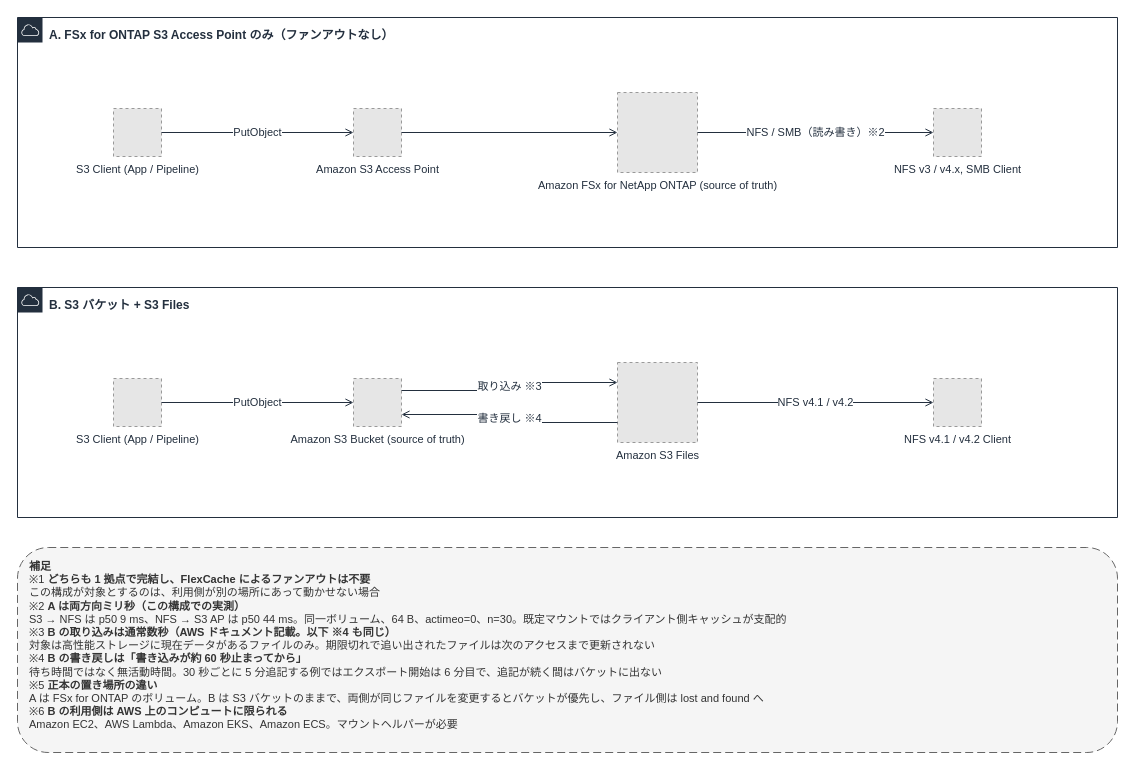
Earlier version of the draw.io diagram docs/_assets/diagrams/s3burst-single-site-options.drawio (Yoshiki0705/S3-Burst-on-ONTAP-Files). Source tidied: cells renumbered, new cells numbered last; positions are measured from the earlier drawing's top-left corner, leaving out a move shared by most shapes. Both pictures are drawn from the tidied source at 100%, with x=0, y=0 at pixel (17, 17). Pictures stored in the file or linked from it are replaced by grey dashed boxes.
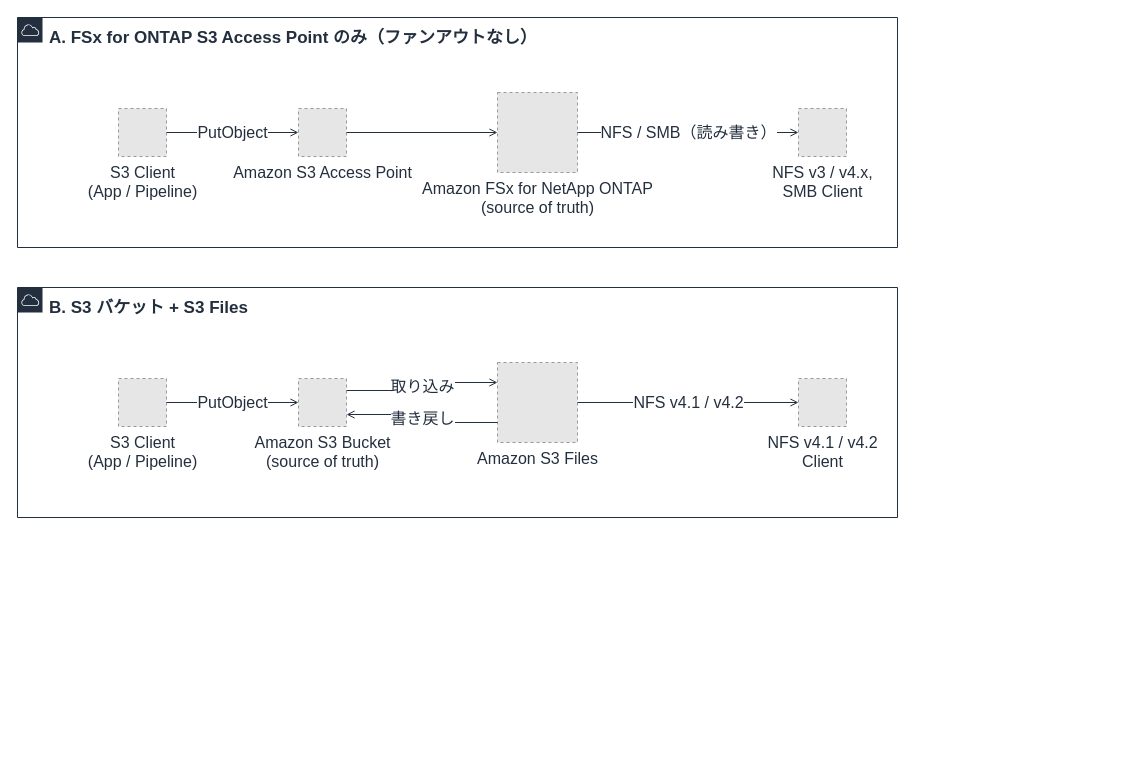
Above is the later version.

Commit message (it also covers changes not shown here):
fix: make the single-site figure readable without splitting it (#103)

Diff of the diagram source:
```diff
@@
 <mxGraphModel>
   <root>
     <mxCell id="0" />
     <mxCell id="1" parent="0" />
-    <mxCell id="2" value="A. FSx for ONTAP S3 Access Point のみ（ファンアウトなし）" style="gradientColor=none;html=1;whiteSpace=wrap;fontSize=12;fontStyle=1;fontColor=#232F3E;shape=mxgraph.aws4.group;grIcon=mxgraph.aws4.group_aws_cloud;strokeColor=#232F3E;fillColor=none;verticalAlign=top;align=left;spacingLeft=30;spacingTop=4;dashed=0;" parent="1" vertex="1">
-      <mxGeometry width="1100" height="230" as="geometry" />
+    <mxCell id="2" value="A. FSx for ONTAP S3 Access Point のみ（ファンアウトなし）" style="gradientColor=none;html=1;whiteSpace=wrap;fontSize=17;fontStyle=1;fontColor=#232F3E;shape=mxgraph.aws4.group;grIcon=mxgraph.aws4.group_aws_cloud;strokeColor=#232F3E;fillColor=none;verticalAlign=top;align=left;spacingLeft=30;spacingTop=4;dashed=0;" parent="1" vertex="1">
+      <mxGeometry width="880" height="230" as="geometry" />
     </mxCell>
-    <mxCell id="3" value="B. S3 バケット + S3 Files" style="gradientColor=none;html=1;whiteSpace=wrap;fontSize=12;fontStyle=1;fontColor=#232F3E;shape=mxgraph.aws4.group;grIcon=mxgraph.aws4.group_aws_cloud;strokeColor=#232F3E;fillColor=none;verticalAlign=top;align=left;spacingLeft=30;spacingTop=4;dashed=0;" parent="1" vertex="1">
-      <mxGeometry y="270" width="1100" height="230" as="geometry" />
+    <mxCell id="3" value="B. S3 バケット + S3 Files" style="gradientColor=none;html=1;whiteSpace=wrap;fontSize=17;fontStyle=1;fontColor=#232F3E;shape=mxgraph.aws4.group;grIcon=mxgraph.aws4.group_aws_cloud;strokeColor=#232F3E;fillColor=none;verticalAlign=top;align=left;spacingLeft=30;spacingTop=4;dashed=0;" parent="1" vertex="1">
+      <mxGeometry y="270" width="880" height="230" as="geometry" />
     </mxCell>
-    <mxCell id="4" value="S3 Client (App / Pipeline)" style="fillColor=#E6E6E6;strokeColor=#999999;dashed=1;html=1;verticalLabelPosition=bottom;verticalAlign=top;labelPosition=center;align=center;fontSize=11;fontColor=#232F3E;" parent="1" vertex="1">
-      <mxGeometry x="96" y="91" width="48" height="48" as="geometry" />
+    <mxCell id="4" value="S3 Client&#10;(App / Pipeline)" style="fillColor=#E6E6E6;strokeColor=#999999;dashed=1;html=1;verticalLabelPosition=bottom;verticalAlign=top;labelPosition=center;align=center;fontSize=16;fontColor=#232F3E;" parent="1" vertex="1">
+      <mxGeometry x="101" y="91" width="48" height="48" as="geometry" />
     </mxCell>
-    <mxCell id="5" value="Amazon S3 Access Point" style="fillColor=#E6E6E6;strokeColor=#999999;dashed=1;html=1;verticalLabelPosition=bottom;verticalAlign=top;labelPosition=center;align=center;fontSize=11;fontColor=#232F3E;" parent="1" vertex="1">
-      <mxGeometry x="336" y="91" width="48" height="48" as="geometry" />
+    <mxCell id="5" value="Amazon S3 Access Point" style="fillColor=#E6E6E6;strokeColor=#999999;dashed=1;html=1;verticalLabelPosition=bottom;verticalAlign=top;labelPosition=center;align=center;fontSize=16;fontColor=#232F3E;" parent="1" vertex="1">
+      <mxGeometry x="281" y="91" width="48" height="48" as="geometry" />
     </mxCell>
-    <mxCell id="6" value="Amazon FSx for NetApp ONTAP (source of truth)" style="fillColor=#E6E6E6;strokeColor=#999999;dashed=1;html=1;verticalLabelPosition=bottom;verticalAlign=top;labelPosition=center;align=center;fontSize=11;fontColor=#232F3E;" parent="1" vertex="1">
-      <mxGeometry x="600" y="75" width="80" height="80" as="geometry" />
+    <mxCell id="6" value="Amazon FSx for NetApp ONTAP&#10;(source of truth)" style="fillColor=#E6E6E6;strokeColor=#999999;dashed=1;html=1;verticalLabelPosition=bottom;verticalAlign=top;labelPosition=center;align=center;fontSize=16;fontColor=#232F3E;" parent="1" vertex="1">
+      <mxGeometry x="480" y="75" width="80" height="80" as="geometry" />
     </mxCell>
-    <mxCell id="7" value="NFS v3 / v4.x, SMB Client" style="fillColor=#E6E6E6;strokeColor=#999999;dashed=1;html=1;verticalLabelPosition=bottom;verticalAlign=top;labelPosition=center;align=center;fontSize=11;fontColor=#232F3E;" parent="1" vertex="1">
-      <mxGeometry x="916" y="91" width="48" height="48" as="geometry" />
+    <mxCell id="7" value="NFS v3 / v4.x,&#10;SMB Client" style="fillColor=#E6E6E6;strokeColor=#999999;dashed=1;html=1;verticalLabelPosition=bottom;verticalAlign=top;labelPosition=center;align=center;fontSize=16;fontColor=#232F3E;" parent="1" vertex="1">
+      <mxGeometry x="781" y="91" width="48" height="48" as="geometry" />
     </mxCell>
-    <mxCell id="8" value="S3 Client (App / Pipeline)" style="fillColor=#E6E6E6;strokeColor=#999999;dashed=1;html=1;verticalLabelPosition=bottom;verticalAlign=top;labelPosition=center;align=center;fontSize=11;fontColor=#232F3E;" parent="1" vertex="1">
-      <mxGeometry x="96" y="361" width="48" height="48" as="geometry" />
+    <mxCell id="8" value="S3 Client&#10;(App / Pipeline)" style="fillColor=#E6E6E6;strokeColor=#999999;dashed=1;html=1;verticalLabelPosition=bottom;verticalAlign=top;labelPosition=center;align=center;fontSize=16;fontColor=#232F3E;" parent="1" vertex="1">
+      <mxGeometry x="101" y="361" width="48" height="48" as="geometry" />
     </mxCell>
-    <mxCell id="9" value="Amazon S3 Bucket (source of truth)" style="fillColor=#E6E6E6;strokeColor=#999999;dashed=1;html=1;verticalLabelPosition=bottom;verticalAlign=top;labelPosition=center;align=center;fontSize=11;fontColor=#232F3E;" parent="1" vertex="1">
-      <mxGeometry x="336" y="361" width="48" height="48" as="geometry" />
+    <mxCell id="9" value="Amazon S3 Bucket&#10;(source of truth)" style="fillColor=#E6E6E6;strokeColor=#999999;dashed=1;html=1;verticalLabelPosition=bottom;verticalAlign=top;labelPosition=center;align=center;fontSize=16;fontColor=#232F3E;" parent="1" vertex="1">
+      <mxGeometry x="281" y="361" width="48" height="48" as="geometry" />
     </mxCell>
-    <mxCell id="10" value="Amazon S3 Files" style="fillColor=#E6E6E6;strokeColor=#999999;dashed=1;html=1;verticalLabelPosition=bottom;verticalAlign=top;labelPosition=center;align=center;fontSize=11;fontColor=#232F3E;" parent="1" vertex="1">
-      <mxGeometry x="600" y="345" width="80" height="80" as="geometry" />
+    <mxCell id="10" value="Amazon S3 Files" style="fillColor=#E6E6E6;strokeColor=#999999;dashed=1;html=1;verticalLabelPosition=bottom;verticalAlign=top;labelPosition=center;align=center;fontSize=16;fontColor=#232F3E;" parent="1" vertex="1">
+      <mxGeometry x="480" y="345" width="80" height="80" as="geometry" />
     </mxCell>
-    <mxCell id="11" value="NFS v4.1 / v4.2 Client" style="fillColor=#E6E6E6;strokeColor=#999999;dashed=1;html=1;verticalLabelPosition=bottom;verticalAlign=top;labelPosition=center;align=center;fontSize=11;fontColor=#232F3E;" parent="1" vertex="1">
-      <mxGeometry x="916" y="361" width="48" height="48" as="geometry" />
+    <mxCell id="11" value="NFS v4.1 / v4.2&#10;Client" style="fillColor=#E6E6E6;strokeColor=#999999;dashed=1;html=1;verticalLabelPosition=bottom;verticalAlign=top;labelPosition=center;align=center;fontSize=16;fontColor=#232F3E;" parent="1" vertex="1">
+      <mxGeometry x="781" y="361" width="48" height="48" as="geometry" />
     </mxCell>
-    <mxCell id="12" value="PutObject" style="edgeStyle=orthogonalEdgeStyle;rounded=0;html=1;endArrow=open;endFill=0;strokeColor=#232F3E;strokeWidth=1;fontSize=11;fontColor=#232F3E;" parent="1" edge="1" source="4" target="5">
+    <mxCell id="12" value="PutObject" style="edgeStyle=orthogonalEdgeStyle;rounded=0;html=1;endArrow=open;endFill=0;strokeColor=#232F3E;strokeWidth=1;fontSize=16;fontColor=#232F3E;" parent="1" edge="1" source="4" target="5">
       <mxGeometry relative="1" as="geometry" />
     </mxCell>
-    <mxCell id="13" style="edgeStyle=orthogonalEdgeStyle;rounded=0;html=1;endArrow=open;endFill=0;strokeColor=#232F3E;strokeWidth=1;fontSize=11;fontColor=#232F3E;" parent="1" edge="1" source="5" target="6">
+    <mxCell id="13" style="edgeStyle=orthogonalEdgeStyle;rounded=0;html=1;endArrow=open;endFill=0;strokeColor=#232F3E;strokeWidth=1;fontSize=16;fontColor=#232F3E;" parent="1" edge="1" source="5" target="6">
       <mxGeometry relative="1" as="geometry" />
     </mxCell>
-    <mxCell id="14" value="NFS / SMB（読み書き）※2" style="edgeStyle=orthogonalEdgeStyle;rounded=0;html=1;endArrow=open;endFill=0;strokeColor=#232F3E;strokeWidth=1;fontSize=11;fontColor=#232F3E;" parent="1" edge="1" source="6" target="7">
+    <mxCell id="14" value="NFS / SMB（読み書き）" style="edgeStyle=orthogonalEdgeStyle;rounded=0;html=1;endArrow=open;endFill=0;strokeColor=#232F3E;strokeWidth=1;fontSize=16;fontColor=#232F3E;" parent="1" edge="1" source="6" target="7">
       <mxGeometry relative="1" as="geometry" />
     </mxCell>
-    <mxCell id="15" value="PutObject" style="edgeStyle=orthogonalEdgeStyle;rounded=0;html=1;endArrow=open;endFill=0;strokeColor=#232F3E;strokeWidth=1;fontSize=11;fontColor=#232F3E;" parent="1" edge="1" source="8" target="9">
+    <mxCell id="15" value="PutObject" style="edgeStyle=orthogonalEdgeStyle;rounded=0;html=1;endArrow=open;endFill=0;strokeColor=#232F3E;strokeWidth=1;fontSize=16;fontColor=#232F3E;" parent="1" edge="1" source="8" target="9">
       <mxGeometry relative="1" as="geometry" />
     </mxCell>
-    <mxCell id="16" value="取り込み ※3" style="edgeStyle=orthogonalEdgeStyle;rounded=0;html=1;endArrow=open;endFill=0;strokeColor=#232F3E;strokeWidth=1;fontSize=11;fontColor=#232F3E;exitX=1;exitY=0.25;exitDx=0;exitDy=0;entryX=0;entryY=0.25;entryDx=0;entryDy=0;" parent="1" edge="1" source="9" target="10">
+    <mxCell id="16" value="取り込み" style="edgeStyle=orthogonalEdgeStyle;rounded=0;html=1;endArrow=open;endFill=0;strokeColor=#232F3E;strokeWidth=1;fontSize=16;fontColor=#232F3E;exitX=1;exitY=0.25;exitDx=0;exitDy=0;entryX=0;entryY=0.25;entryDx=0;entryDy=0;" parent="1" edge="1" source="9" target="10">
       <mxGeometry relative="1" as="geometry" />
     </mxCell>
-    <mxCell id="17" value="書き戻し ※4" style="edgeStyle=orthogonalEdgeStyle;rounded=0;html=1;endArrow=open;endFill=0;strokeColor=#232F3E;strokeWidth=1;fontSize=11;fontColor=#232F3E;exitX=0;exitY=0.75;exitDx=0;exitDy=0;entryX=1;entryY=0.75;entryDx=0;entryDy=0;" parent="1" edge="1" source="10" target="9">
+    <mxCell id="17" value="書き戻し" style="edgeStyle=orthogonalEdgeStyle;rounded=0;html=1;endArrow=open;endFill=0;strokeColor=#232F3E;strokeWidth=1;fontSize=16;fontColor=#232F3E;exitX=0;exitY=0.75;exitDx=0;exitDy=0;entryX=1;entryY=0.75;entryDx=0;entryDy=0;" parent="1" edge="1" source="10" target="9">
       <mxGeometry relative="1" as="geometry" />
     </mxCell>
-    <mxCell id="18" value="NFS v4.1 / v4.2" style="edgeStyle=orthogonalEdgeStyle;rounded=0;html=1;endArrow=open;endFill=0;strokeColor=#232F3E;strokeWidth=1;fontSize=11;fontColor=#232F3E;" parent="1" edge="1" source="10" target="11">
+    <mxCell id="18" value="NFS v4.1 / v4.2" style="edgeStyle=orthogonalEdgeStyle;rounded=0;html=1;endArrow=open;endFill=0;strokeColor=#232F3E;strokeWidth=1;fontSize=16;fontColor=#232F3E;" parent="1" edge="1" source="10" target="11">
       <mxGeometry relative="1" as="geometry" />
     </mxCell>
-    <mxCell id="19" value="&lt;b&gt;補足&lt;/b&gt;&lt;br&gt;※1 &lt;b&gt;どちらも 1 拠点で完結し、FlexCache によるファンアウトは不要&lt;/b&gt;&lt;br&gt;この構成が対象とするのは、利用側が別の場所にあって動かせない場合&lt;br&gt;※2 &lt;b&gt;A は両方向ミリ秒（この構成での実測）&lt;/b&gt;&lt;br&gt;S3 → NFS は p50 9 ms、NFS → S3 AP は p50 44 ms。同一ボリューム、64 B、actimeo=0、n=30。既定マウントではクライアント側キャッシュが支配的&lt;br&gt;※3 &lt;b&gt;B の取り込みは通常数秒（AWS ドキュメント記載。以下 ※4 も同じ）&lt;/b&gt;&lt;br&gt;対象は高性能ストレージに現在データがあるファイルのみ。期限切れで追い出されたファイルは次のアクセスまで更新されない&lt;br&gt;※4 &lt;b&gt;B の書き戻しは「書き込みが約 60 秒止まってから」&lt;/b&gt;&lt;br&gt;待ち時間ではなく無活動時間。30 秒ごとに 5 分追記する例ではエクスポート開始は 6 分目で、追記が続く間はバケットに出ない&lt;br&gt;※5 &lt;b&gt;正本の置き場所の違い&lt;/b&gt;&lt;br&gt;A は FSx for ONTAP のボリューム。B は S3 バケットのままで、両側が同じファイルを変更するとバケットが優先し、ファイル側は lost and found へ&lt;br&gt;※6 &lt;b&gt;B の利用側は AWS 上のコンピュートに限られる&lt;/b&gt;&lt;br&gt;Amazon EC2、AWS Lambda、Amazon EKS、Amazon ECS。マウントヘルパーが必要" style="rounded=1;whiteSpace=wrap;html=1;dashed=1;dashPattern=8 4;strokeColor=#666666;fillColor=#F5F5F5;fontColor=#333333;fontSize=11;align=left;verticalAlign=top;spacingLeft=10;spacingTop=6;" parent="1" vertex="1">
-      <mxGeometry y="530" width="1100" height="205" as="geometry" />
-    </mxCell>
   </root>
 </mxGraphModel>
```
